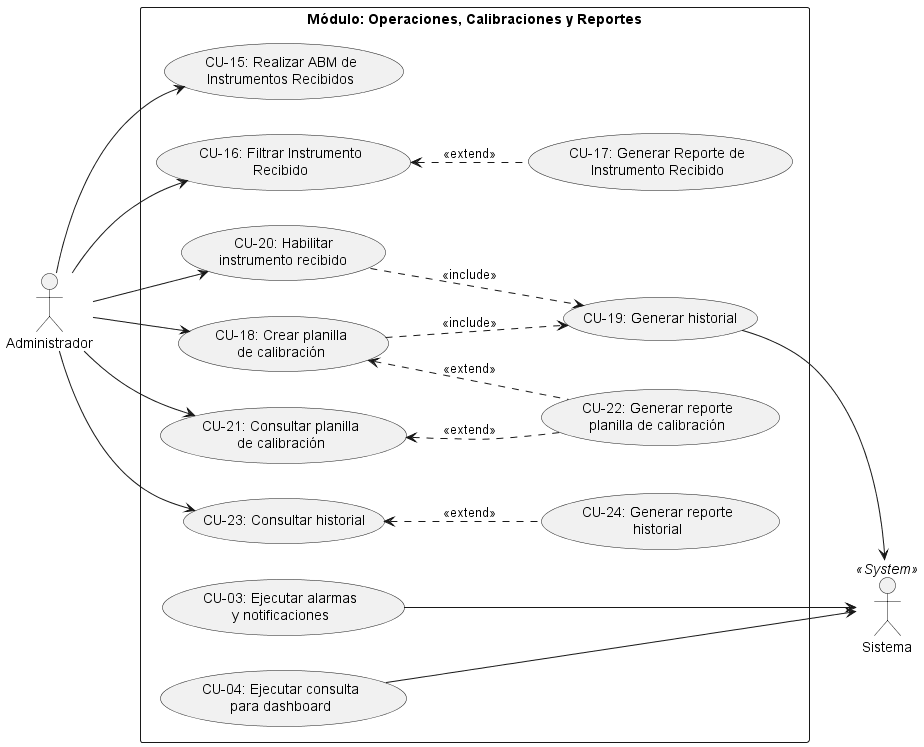
Ulises-Guzman/Sistema_UTD keeps this PlantUML diagram as UTD/docs/imagenes/Admin_Modulo_Operaciones_Calibraciones.png. Above is the earlier version. Source of this version:
```plantuml
@startuml Modulo_Operaciones_Calibraciones
left to right direction

actor "Administrador" as admin
actor "Sistema" as system <<System>>

rectangle "Módulo: Operaciones, Calibraciones y Reportes" {
  usecase "CU-03: Ejecutar alarmas\ny notificaciones" as CU03
  usecase "CU-04: Ejecutar consulta\npara dashboard" as CU04
  usecase "CU-15: Realizar ABM de\nInstrumentos Recibidos" as CU15
  usecase "CU-16: Filtrar Instrumento\nRecibido" as CU16
  usecase "CU-17: Generar Reporte de\nInstrumento Recibido" as CU17
  usecase "CU-18: Crear planilla\nde calibración" as CU18
  usecase "CU-19: Generar historial" as CU19
  usecase "CU-20: Habilitar\ninstrumento recibido" as CU20
  usecase "CU-21: Consultar planilla\nde calibración" as CU21
  usecase "CU-22: Generar reporte\nplanilla de calibración" as CU22
  usecase "CU-23: Consultar historial" as CU23
  usecase "CU-24: Generar reporte\nhistorial" as CU24
}

admin --> CU15
admin --> CU16
admin --> CU18
admin --> CU20
admin --> CU21
admin --> CU23

CU16 <.. CU17 : <<extend>>
CU18 <.. CU22 : <<extend>>
CU21 <.. CU22 : <<extend>>
CU23 <.. CU24 : <<extend>>

CU18 ..> CU19 : <<include>>
CU20 ..> CU19 : <<include>>

CU19 --> system
CU03 --> system
CU04 --> system
@enduml
```
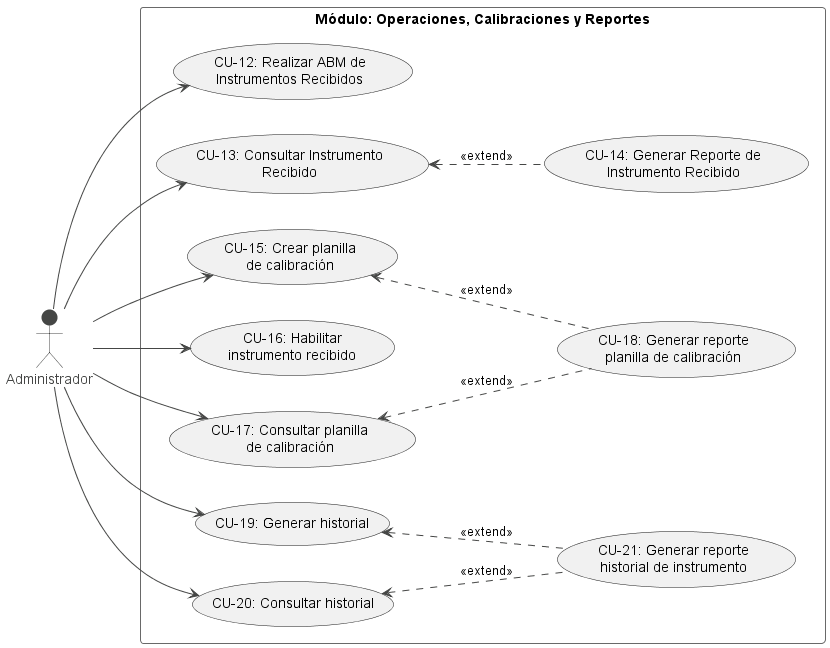
The same file after the commit.

Change to the diagram source:
```diff
@@ -1,40 +1,38 @@
 @startuml Modulo_Operaciones_Calibraciones
+!theme vibrant
 left to right direction
 
+
 actor "Administrador" as admin
-actor "Sistema" as system <<System>>
 
 rectangle "Módulo: Operaciones, Calibraciones y Reportes" {
-  usecase "CU-03: Ejecutar alarmas\ny notificaciones" as CU03
-  usecase "CU-04: Ejecutar consulta\npara dashboard" as CU04
-  usecase "CU-15: Realizar ABM de\nInstrumentos Recibidos" as CU15
-  usecase "CU-16: Filtrar Instrumento\nRecibido" as CU16
-  usecase "CU-17: Generar Reporte de\nInstrumento Recibido" as CU17
-  usecase "CU-18: Crear planilla\nde calibración" as CU18
+  usecase "CU-12: Realizar ABM de\nInstrumentos Recibidos" as CU12
+  usecase "CU-13: Consultar Instrumento\nRecibido" as CU13
+  usecase "CU-14: Generar Reporte de\nInstrumento Recibido" as CU14
+
+  usecase "CU-15: Crear planilla\nde calibración" as CU15
+  usecase "CU-16: Habilitar\ninstrumento recibido" as CU16
+
+  usecase "CU-17: Consultar planilla\nde calibración" as CU17
+  usecase "CU-18: Generar reporte\nplanilla de calibración" as CU18
+
   usecase "CU-19: Generar historial" as CU19
-  usecase "CU-20: Habilitar\ninstrumento recibido" as CU20
-  usecase "CU-21: Consultar planilla\nde calibración" as CU21
-  usecase "CU-22: Generar reporte\nplanilla de calibración" as CU22
-  usecase "CU-23: Consultar historial" as CU23
-  usecase "CU-24: Generar reporte\nhistorial" as CU24
+  usecase "CU-20: Consultar historial" as CU20
+  usecase "CU-21: Generar reporte\nhistorial de instrumento" as CU21
 }
 
+admin --> CU12
+admin --> CU13
 admin --> CU15
 admin --> CU16
-admin --> CU18
+admin --> CU17
+admin --> CU19
 admin --> CU20
-admin --> CU21
-admin --> CU23
 
-CU16 <.. CU17 : <<extend>>
-CU18 <.. CU22 : <<extend>>
-CU21 <.. CU22 : <<extend>>
-CU23 <.. CU24 : <<extend>>
+CU13 <.. CU14 : <<extend>>
+CU15 <.. CU18 : <<extend>>
+CU17 <.. CU18 : <<extend>>
+CU19 <.. CU21 : <<extend>>
+CU20 <.. CU21 : <<extend>>
 
-CU18 ..> CU19 : <<include>>
-CU20 ..> CU19 : <<include>>
-
-CU19 --> system
-CU03 --> system
-CU04 --> system
 @enduml
```
